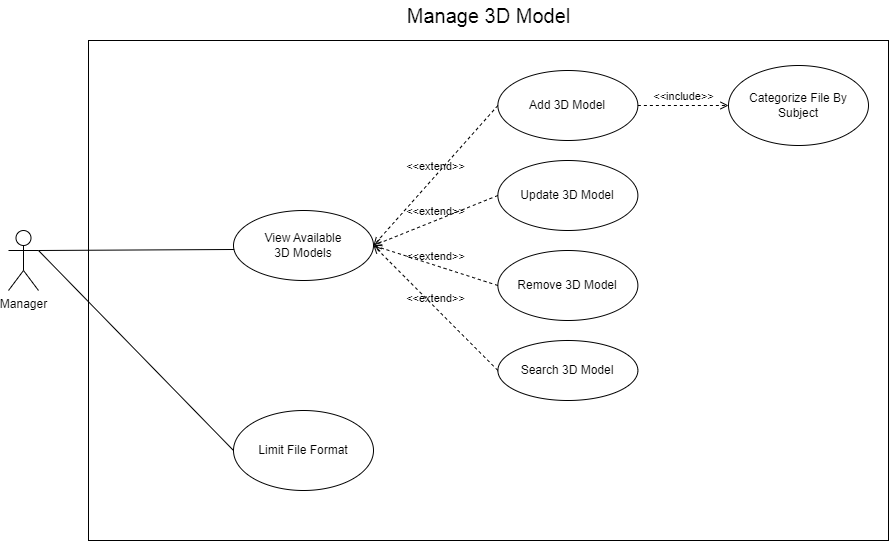
This is contents/images/usecase/DACNPM-ManageModel.png from ngyngcphu/tick3D-docs, a draw.io export, as it was before one commit. Source tidied: cells renumbered, new cells last; positions are measured from the earlier drawing's top-left corner, leaving out a move shared by most shapes.
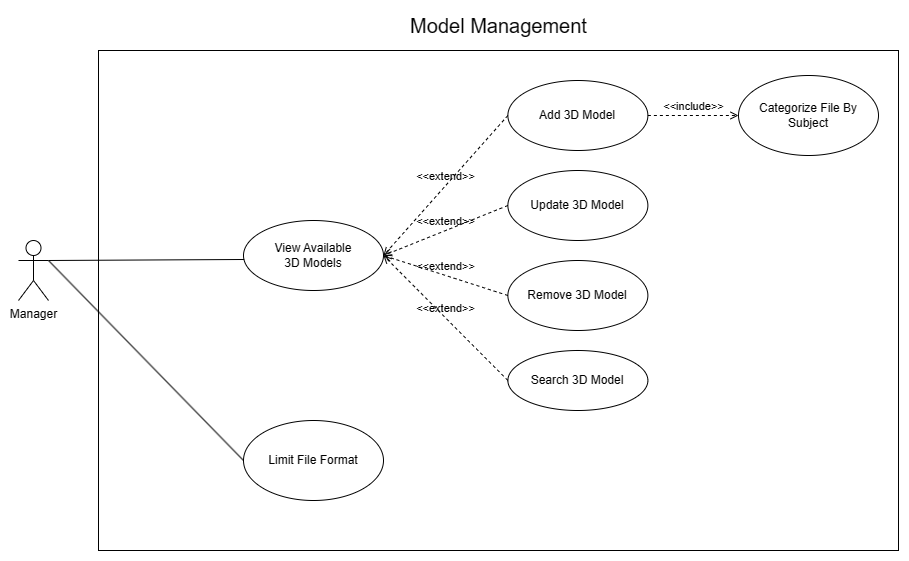
The same file after the commit.

Diff of the diagram source:
```diff
@@ -26,7 +26,7 @@
     <mxCell id="9" value="&amp;lt;&amp;lt;extend&amp;gt;&amp;gt;" style="html=1;verticalAlign=bottom;labelBackgroundColor=none;endArrow=open;endFill=0;dashed=1;rounded=0;entryX=1;entryY=0.5;entryDx=0;entryDy=0;exitX=0;exitY=0.5;exitDx=0;exitDy=0;" parent="1" edge="1" source="6" target="4">
       <mxGeometry relative="1" as="geometry" />
     </mxCell>
-    <mxCell id="10" value="&lt;span style=&quot;font-size: 20px;&quot;&gt;Manage 3D Model&lt;/span&gt;" style="text;html=1;strokeColor=none;fillColor=none;align=center;verticalAlign=middle;whiteSpace=wrap;rounded=0;" parent="1" vertex="1">
+    <mxCell id="10" value="&lt;span style=&quot;font-size: 20px;&quot;&gt;Model Management&lt;/span&gt;" style="text;html=1;strokeColor=none;fillColor=none;align=center;verticalAlign=middle;whiteSpace=wrap;rounded=0;" parent="1" vertex="1">
       <mxGeometry x="388.8" width="182.5" height="30" as="geometry" />
     </mxCell>
     <mxCell id="11" value="Search 3D Model" style="ellipse;whiteSpace=wrap;html=1;" parent="1" vertex="1">
```
